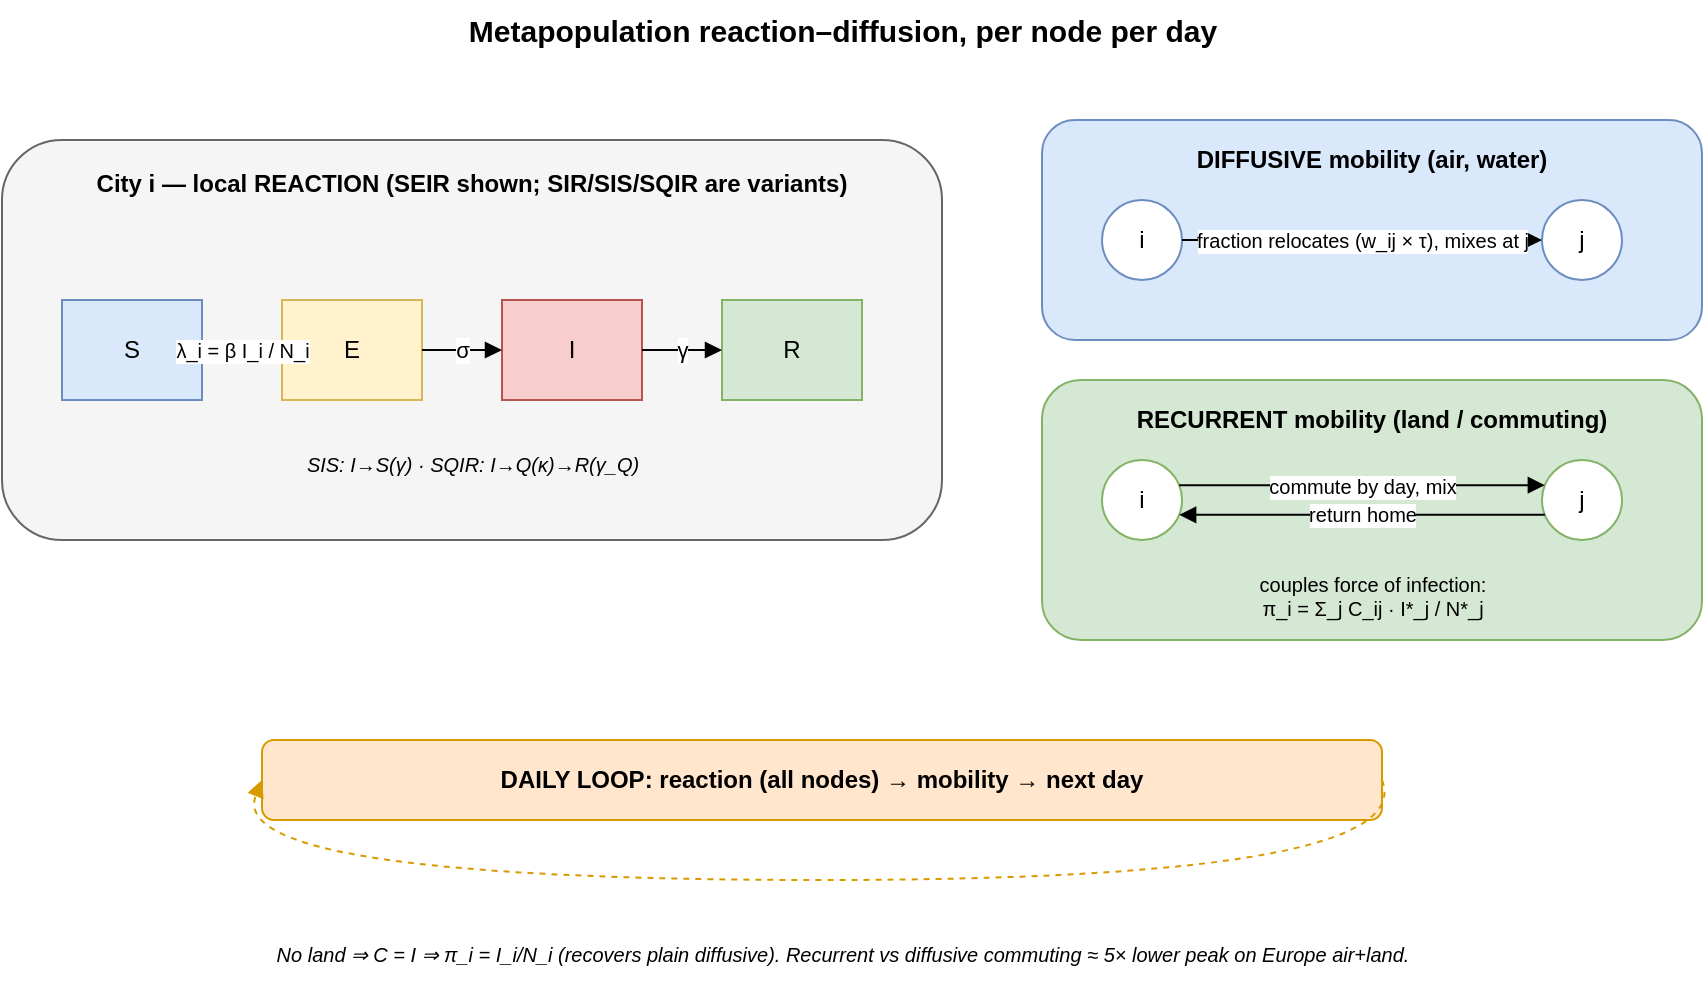
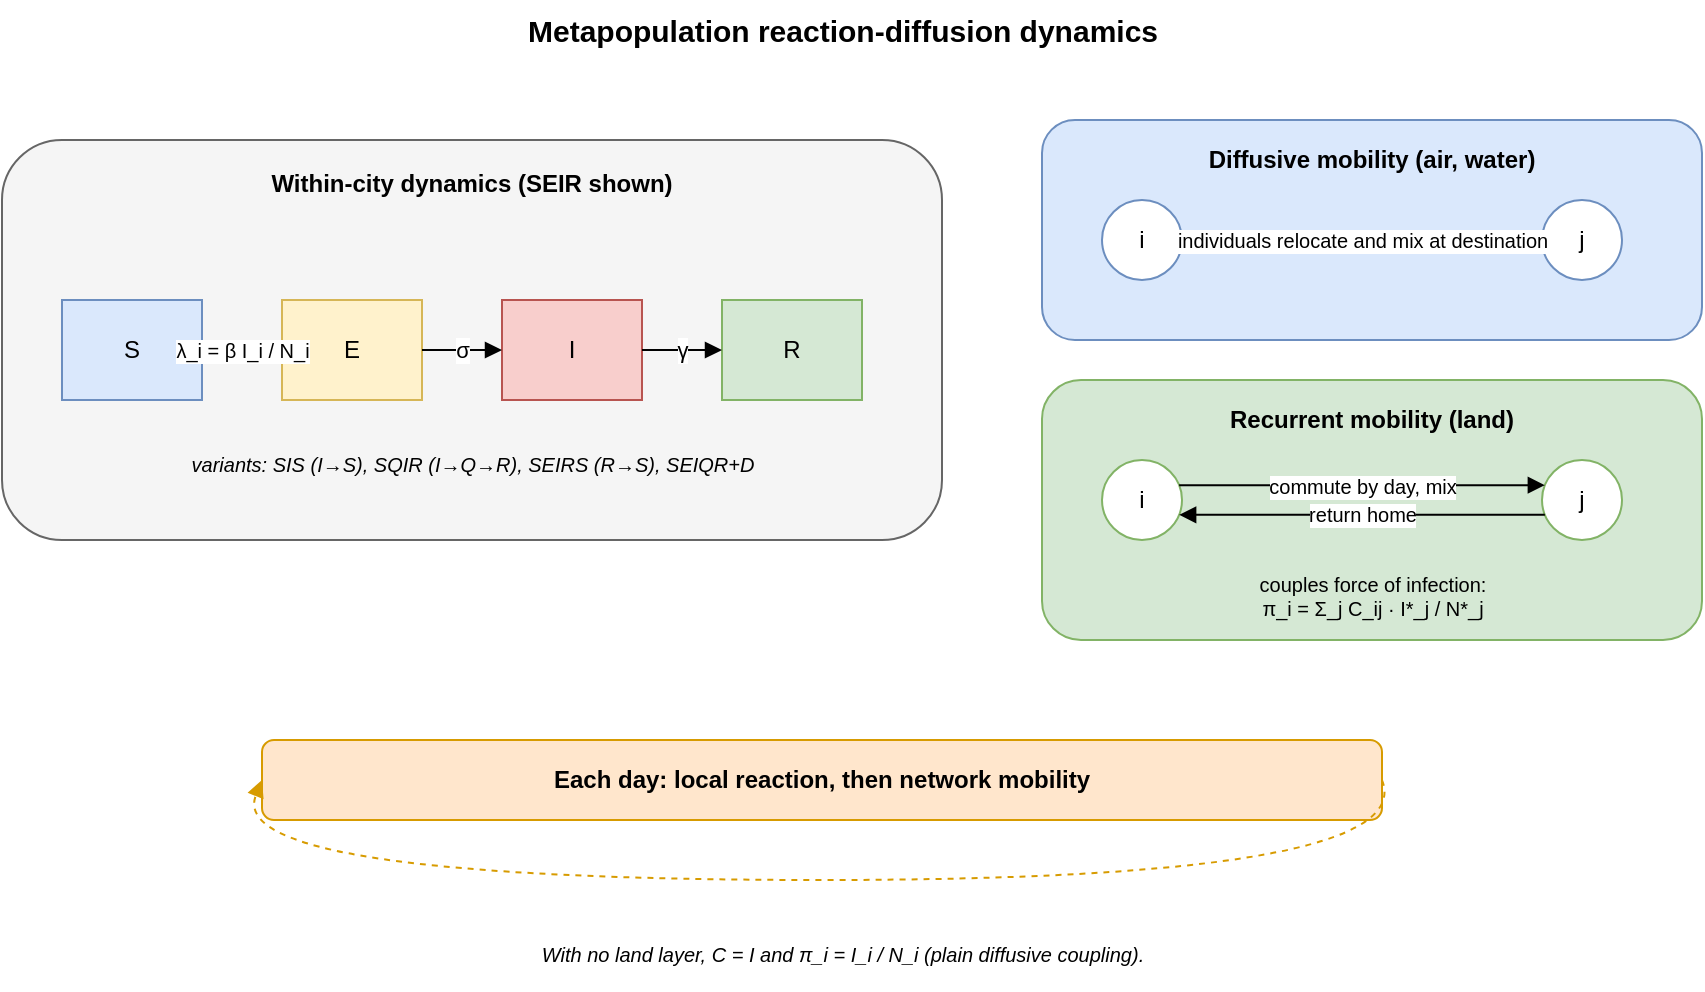
<mxfile host="app.diagrams.net" type="device">
-   <diagram id="F3rd" name="F3 — Reaction–diffusion loop">
+   <diagram id="F3rd" name="F3 Reaction-diffusion dynamics">
    <mxGraphModel dx="1100" dy="800" grid="1" gridSize="10" guides="1" tooltips="1" connect="1" arrows="1" fold="1" page="1" pageScale="1" pageWidth="940" pageHeight="560" math="0" shadow="0">
      <root>
        <mxCell id="0" />
        <mxCell id="1" parent="0" />

-         <mxCell id="title" value="Metapopulation reaction–diffusion, per node per day" style="text;html=1;fontSize=15;fontStyle=1;align=center;" vertex="1" parent="1">
+         <mxCell id="title" value="Metapopulation reaction-diffusion dynamics" style="text;html=1;fontSize=15;fontStyle=1;align=center;" vertex="1" parent="1">
          <mxGeometry x="230" y="10" width="480" height="30" as="geometry" />
        </mxCell>

        <!-- City container -->
-         <mxCell id="city" value="City i — local REACTION (SEIR shown; SIR/SIS/SQIR are variants)" style="rounded=1;whiteSpace=wrap;html=1;verticalAlign=top;align=center;spacingTop=8;fillColor=#f5f5f5;strokeColor=#666666;fontStyle=1;" vertex="1" parent="1">
+         <mxCell id="city" value="Within-city dynamics (SEIR shown)" style="rounded=1;whiteSpace=wrap;html=1;verticalAlign=top;align=center;spacingTop=8;fillColor=#f5f5f5;strokeColor=#666666;fontStyle=1;" vertex="1" parent="1">
          <mxGeometry x="50" y="80" width="470" height="200" as="geometry" />
        </mxCell>

        <!-- Compartments -->
        <mxCell id="S" value="S" style="rounded=0;whiteSpace=wrap;html=1;fillColor=#dae8fc;strokeColor=#6c8ebf;" vertex="1" parent="1"><mxGeometry x="80" y="160" width="70" height="50" as="geometry" /></mxCell>
        <mxCell id="E" value="E" style="rounded=0;whiteSpace=wrap;html=1;fillColor=#fff2cc;strokeColor=#d6b656;" vertex="1" parent="1"><mxGeometry x="190" y="160" width="70" height="50" as="geometry" /></mxCell>
        <mxCell id="I" value="I" style="rounded=0;whiteSpace=wrap;html=1;fillColor=#f8cecc;strokeColor=#b85450;" vertex="1" parent="1"><mxGeometry x="300" y="160" width="70" height="50" as="geometry" /></mxCell>
        <mxCell id="R" value="R" style="rounded=0;whiteSpace=wrap;html=1;fillColor=#d5e8d4;strokeColor=#82b366;" vertex="1" parent="1"><mxGeometry x="410" y="160" width="70" height="50" as="geometry" /></mxCell>

        <mxCell id="tSE" value="λ_i = β I_i / N_i" style="endArrow=block;html=1;fontSize=10;" edge="1" parent="1" source="S" target="E"><mxGeometry relative="1" as="geometry" /></mxCell>
        <mxCell id="tEI" value="σ" style="endArrow=block;html=1;fontSize=11;" edge="1" parent="1" source="E" target="I"><mxGeometry relative="1" as="geometry" /></mxCell>
        <mxCell id="tIR" value="γ" style="endArrow=block;html=1;fontSize=11;" edge="1" parent="1" source="I" target="R"><mxGeometry relative="1" as="geometry" /></mxCell>

-         <mxCell id="variants" value="SIS: I→S(γ)   ·   SQIR: I→Q(κ)→R(γ_Q)" style="text;html=1;fontSize=10;fontStyle=2;align=center;" vertex="1" parent="1">
+         <mxCell id="variants" value="variants: SIS (I→S), SQIR (I→Q→R), SEIRS (R→S), SEIQR+D" style="text;html=1;fontSize=10;fontStyle=2;align=center;" vertex="1" parent="1">
          <mxGeometry x="90" y="230" width="390" height="20" as="geometry" />
        </mxCell>

        <!-- Mobility: diffusive -->
-         <mxCell id="diffBox" value="DIFFUSIVE mobility (air, water)" style="rounded=1;whiteSpace=wrap;html=1;verticalAlign=top;align=center;spacingTop=6;fillColor=#dae8fc;strokeColor=#6c8ebf;fontStyle=1;" vertex="1" parent="1">
+         <mxCell id="diffBox" value="Diffusive mobility (air, water)" style="rounded=1;whiteSpace=wrap;html=1;verticalAlign=top;align=center;spacingTop=6;fillColor=#dae8fc;strokeColor=#6c8ebf;fontStyle=1;" vertex="1" parent="1">
          <mxGeometry x="570" y="70" width="330" height="110" as="geometry" />
        </mxCell>
        <mxCell id="di" value="i" style="ellipse;whiteSpace=wrap;html=1;fillColor=#ffffff;strokeColor=#6c8ebf;" vertex="1" parent="1"><mxGeometry x="600" y="110" width="40" height="40" as="geometry" /></mxCell>
        <mxCell id="dj" value="j" style="ellipse;whiteSpace=wrap;html=1;fillColor=#ffffff;strokeColor=#6c8ebf;" vertex="1" parent="1"><mxGeometry x="820" y="110" width="40" height="40" as="geometry" /></mxCell>
-         <mxCell id="de" value="fraction relocates (w_ij × τ), mixes at j" style="endArrow=block;html=1;fontSize=10;" edge="1" parent="1" source="di" target="dj"><mxGeometry relative="1" as="geometry" /></mxCell>
+         <mxCell id="de" value="individuals relocate and mix at destination" style="endArrow=block;html=1;fontSize=10;" edge="1" parent="1" source="di" target="dj"><mxGeometry relative="1" as="geometry" /></mxCell>

        <!-- Mobility: recurrent -->
-         <mxCell id="recBox" value="RECURRENT mobility (land / commuting)" style="rounded=1;whiteSpace=wrap;html=1;verticalAlign=top;align=center;spacingTop=6;fillColor=#d5e8d4;strokeColor=#82b366;fontStyle=1;" vertex="1" parent="1">
+         <mxCell id="recBox" value="Recurrent mobility (land)" style="rounded=1;whiteSpace=wrap;html=1;verticalAlign=top;align=center;spacingTop=6;fillColor=#d5e8d4;strokeColor=#82b366;fontStyle=1;" vertex="1" parent="1">
          <mxGeometry x="570" y="200" width="330" height="130" as="geometry" />
        </mxCell>
        <mxCell id="ri" value="i" style="ellipse;whiteSpace=wrap;html=1;fillColor=#ffffff;strokeColor=#82b366;" vertex="1" parent="1"><mxGeometry x="600" y="240" width="40" height="40" as="geometry" /></mxCell>
        <mxCell id="rj" value="j" style="ellipse;whiteSpace=wrap;html=1;fillColor=#ffffff;strokeColor=#82b366;" vertex="1" parent="1"><mxGeometry x="820" y="240" width="40" height="40" as="geometry" /></mxCell>
        <mxCell id="re1" value="commute by day, mix" style="endArrow=block;html=1;fontSize=10;exitX=1;exitY=0.3;entryX=0;entryY=0.3;" edge="1" parent="1" source="ri" target="rj"><mxGeometry relative="1" as="geometry" /></mxCell>
        <mxCell id="re2" value="return home" style="endArrow=block;html=1;fontSize=10;exitX=0;exitY=0.7;entryX=1;entryY=0.7;" edge="1" parent="1" source="rj" target="ri"><mxGeometry relative="1" as="geometry" /></mxCell>
        <mxCell id="recform" value="couples force of infection:&#10;π_i = Σ_j C_ij · I*_j / N*_j" style="text;html=1;fontSize=10;align=center;" vertex="1" parent="1">
          <mxGeometry x="600" y="290" width="270" height="35" as="geometry" />
        </mxCell>

        <!-- Daily loop -->
-         <mxCell id="loop" value="DAILY LOOP:   reaction (all nodes)  →  mobility  →  next day" style="rounded=1;whiteSpace=wrap;html=1;fillColor=#ffe6cc;strokeColor=#d79b00;fontStyle=1;" vertex="1" parent="1">
+         <mxCell id="loop" value="Each day: local reaction, then network mobility" style="rounded=1;whiteSpace=wrap;html=1;fillColor=#ffe6cc;strokeColor=#d79b00;fontStyle=1;" vertex="1" parent="1">
          <mxGeometry x="180" y="380" width="560" height="40" as="geometry" />
        </mxCell>
        <mxCell id="loopArrow" style="endArrow=block;html=1;rounded=1;exitX=1;exitY=0.5;entryX=0;entryY=0.5;curved=1;strokeColor=#d79b00;dashed=1;" edge="1" parent="1" source="loop" target="loop">
          <mxGeometry relative="1" as="geometry">
            <Array as="points"><mxPoint x="760" y="450" /><mxPoint x="160" y="450" /></Array>
          </mxGeometry>
        </mxCell>

-         <mxCell id="note" value="No land ⇒ C = I ⇒ π_i = I_i/N_i (recovers plain diffusive).   Recurrent vs diffusive commuting ≈ 5× lower peak on Europe air+land." style="text;html=1;fontSize=10;fontStyle=2;align=center;" vertex="1" parent="1">
+         <mxCell id="note" value="With no land layer, C = I and π_i = I_i / N_i (plain diffusive coupling)." style="text;html=1;fontSize=10;fontStyle=2;align=center;" vertex="1" parent="1">
          <mxGeometry x="90" y="475" width="760" height="30" as="geometry" />
        </mxCell>
      </root>
    </mxGraphModel>
  </diagram>
</mxfile>
